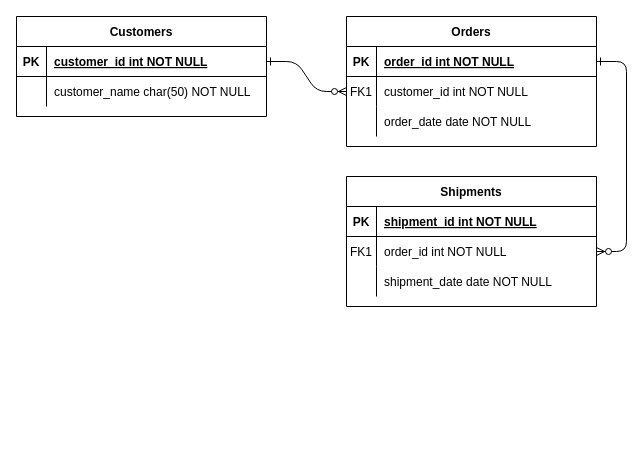
GabrielleHandy/Verbosity keeps this draw.io diagram as Verbosity.drawio. Above is the earlier version. Source tidied: cells renumbered, new cells numbered last; positions are measured from the earlier drawing's top-left corner, leaving out a move shared by most shapes. Both pictures are drawn from the tidied source at 100%, with x=0, y=0 at pixel (16, 16).
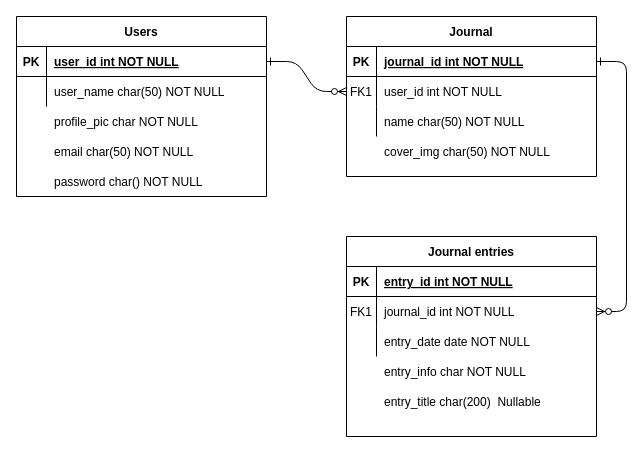
The same page after the edit.

The change refers to these unchanged cells:
```xml
<mxCell id="5" style="shape=partialRectangle;fillColor=none;points=[[0,0.5],[1,0.5]];portConstraint=eastwest;top=0;left=0;right=0;bottom=1;" parent="4" vertex="1">
  <mxGeometry y="30" width="250" height="30" as="geometry" />
</mxCell>
<mxCell id="8" style="shape=partialRectangle;fillColor=none;points=[[0,0.5],[1,0.5]];portConstraint=eastwest;top=0;left=0;right=0;bottom=0;" parent="4" vertex="1">
  <mxGeometry y="60" width="250" height="30" as="geometry" />
</mxCell>
<mxCell id="11" style="shape=partialRectangle;fillColor=none;top=0;left=0;right=0;bottom=0;" parent="4" vertex="1">
  <mxGeometry y="90" width="250" height="30" as="geometry" />
</mxCell>
<mxCell id="15" style="shape=partialRectangle;fillColor=none;top=0;left=0;right=0;bottom=1;" parent="14" vertex="1">
  <mxGeometry y="30" width="250" height="30" as="geometry" />
</mxCell>
<mxCell id="18" style="shape=partialRectangle;fillColor=none;points=[[0,0.5],[1,0.5]];portConstraint=eastwest;top=0;left=0;right=0;bottom=0;" parent="14" vertex="1">
  <mxGeometry y="60" width="250" height="30" as="geometry" />
</mxCell>
<mxCell id="21" style="shape=partialRectangle;fillColor=none;top=0;left=0;right=0;bottom=0;" parent="14" vertex="1">
  <mxGeometry y="90" width="250" height="30" as="geometry" />
</mxCell>
<mxCell id="25" style="shape=partialRectangle;fillColor=none;points=[[0,0.5],[1,0.5]];portConstraint=eastwest;top=0;left=0;right=0;bottom=1;" parent="24" vertex="1">
  <mxGeometry y="30" width="250" height="30" as="geometry" />
</mxCell>
<mxCell id="28" style="shape=partialRectangle;fillColor=none;top=0;left=0;right=0;bottom=0;" parent="24" vertex="1">
  <mxGeometry y="60" width="250" height="30" as="geometry" />
</mxCell>
```

The edit, as a diff of the source:
```diff
@@
-    <mxCell id="4" value="Orders" style="shape=table;startSize=30;childLayout=tableLayout;rowLines=0;fontStyle=1;align=center;" parent="1" vertex="1">
-      <mxGeometry x="330" width="250" height="130" as="geometry" />
+    <mxCell id="4" value="Journal" style="shape=table;startSize=30;childLayout=tableLayout;rowLines=0;fontStyle=1;align=center;" parent="1" vertex="1">
+      <mxGeometry x="330" width="250" height="160" as="geometry" />
     </mxCell>
@@
-    <mxCell id="7" value="order_id int NOT NULL " style="shape=partialRectangle;overflow=hidden;fillColor=none;top=0;left=0;bottom=0;right=0;align=left;spacingLeft=6;fontStyle=5;" parent="5" vertex="1">
+    <mxCell id="7" value="journal_id int NOT NULL " style="shape=partialRectangle;overflow=hidden;fillColor=none;top=0;left=0;bottom=0;right=0;align=left;spacingLeft=6;fontStyle=5;" parent="5" vertex="1">
       <mxGeometry x="30" width="220" height="30" as="geometry" />
     </mxCell>
@@
-    <mxCell id="10" value="customer_id int NOT NULL" style="shape=partialRectangle;overflow=hidden;fillColor=none;top=0;left=0;bottom=0;right=0;align=left;spacingLeft=6;" parent="8" vertex="1">
+    <mxCell id="10" value="user_id int NOT NULL" style="shape=partialRectangle;overflow=hidden;fillColor=none;top=0;left=0;bottom=0;right=0;align=left;spacingLeft=6;" parent="8" vertex="1">
       <mxGeometry x="30" width="220" height="30" as="geometry" />
     </mxCell>
@@
-    <mxCell id="13" value="order_date date NOT NULL" style="shape=partialRectangle;overflow=hidden;fillColor=none;top=0;left=0;bottom=0;right=0;align=left;spacingLeft=6;" parent="11" vertex="1">
+    <mxCell id="13" value="name char(50) NOT NULL" style="shape=partialRectangle;overflow=hidden;fillColor=none;top=0;left=0;bottom=0;right=0;align=left;spacingLeft=6;" parent="11" vertex="1">
       <mxGeometry x="30" width="220" height="30" as="geometry" />
     </mxCell>
-    <mxCell id="14" value="Shipments" style="shape=table;startSize=30;childLayout=tableLayout;rowLines=0;fontStyle=1;align=center;" parent="1" vertex="1">
-      <mxGeometry x="330" y="160" width="250" height="130" as="geometry" />
+    <mxCell id="14" value="Journal entries" style="shape=table;startSize=30;childLayout=tableLayout;rowLines=0;fontStyle=1;align=center;" parent="1" vertex="1">
+      <mxGeometry x="330" y="220" width="250" height="200" as="geometry" />
     </mxCell>
@@
-    <mxCell id="17" value="shipment_id int NOT NULL " style="shape=partialRectangle;overflow=hidden;fillColor=none;top=0;left=0;bottom=0;right=0;align=left;spacingLeft=6;fontStyle=5;" parent="15" vertex="1">
+    <mxCell id="17" value="entry_id int NOT NULL " style="shape=partialRectangle;overflow=hidden;fillColor=none;top=0;left=0;bottom=0;right=0;align=left;spacingLeft=6;fontStyle=5;" parent="15" vertex="1">
       <mxGeometry x="30" width="220" height="30" as="geometry" />
     </mxCell>
@@
-    <mxCell id="20" value="order_id int NOT NULL" style="shape=partialRectangle;overflow=hidden;fillColor=none;top=0;left=0;bottom=0;right=0;align=left;spacingLeft=6;" parent="18" vertex="1">
+    <mxCell id="20" value="journal_id int NOT NULL" style="shape=partialRectangle;overflow=hidden;fillColor=none;top=0;left=0;bottom=0;right=0;align=left;spacingLeft=6;" parent="18" vertex="1">
       <mxGeometry x="30" width="220" height="30" as="geometry" />
     </mxCell>
@@
-    <mxCell id="23" value="shipment_date date NOT NULL" style="shape=partialRectangle;overflow=hidden;fillColor=none;top=0;left=0;bottom=0;right=0;align=left;spacingLeft=6;" parent="21" vertex="1">
+    <mxCell id="23" value="entry_date date NOT NULL" style="shape=partialRectangle;overflow=hidden;fillColor=none;top=0;left=0;bottom=0;right=0;align=left;spacingLeft=6;" parent="21" vertex="1">
       <mxGeometry x="30" width="220" height="30" as="geometry" />
     </mxCell>
-    <mxCell id="24" value="Customers" style="shape=table;startSize=30;childLayout=tableLayout;rowLines=0;fontStyle=1;align=center;" parent="1" vertex="1">
-      <mxGeometry width="250" height="100" as="geometry" />
+    <mxCell id="24" value="Users" style="shape=table;startSize=30;childLayout=tableLayout;rowLines=0;fontStyle=1;align=center;" parent="1" vertex="1">
+      <mxGeometry width="250" height="180" as="geometry" />
     </mxCell>
@@
-    <mxCell id="27" value="customer_id int NOT NULL " style="shape=partialRectangle;overflow=hidden;fillColor=none;top=0;left=0;bottom=0;right=0;align=left;spacingLeft=6;fontStyle=5;" parent="25" vertex="1">
+    <mxCell id="27" value="user_id int NOT NULL " style="shape=partialRectangle;overflow=hidden;fillColor=none;top=0;left=0;bottom=0;right=0;align=left;spacingLeft=6;fontStyle=5;" parent="25" vertex="1">
       <mxGeometry x="30" width="220" height="30" as="geometry" />
     </mxCell>
@@
-    <mxCell id="30" value="customer_name char(50) NOT NULL" style="shape=partialRectangle;overflow=hidden;fillColor=none;top=0;left=0;bottom=0;right=0;align=left;spacingLeft=6;" parent="28" vertex="1">
+    <mxCell id="30" value="user_name char(50) NOT NULL" style="shape=partialRectangle;overflow=hidden;fillColor=none;top=0;left=0;bottom=0;right=0;align=left;spacingLeft=6;" parent="28" vertex="1">
       <mxGeometry x="30" width="220" height="30" as="geometry" />
     </mxCell>
+    <mxCell id="31" value="cover_img char(50) NOT NULL" style="shape=partialRectangle;overflow=hidden;fillColor=none;top=0;left=0;bottom=0;right=0;align=left;spacingLeft=6;" parent="1" vertex="1">
+      <mxGeometry x="360" y="120" width="220" height="30" as="geometry" />
+    </mxCell>
+    <mxCell id="32" value="entry_info char NOT NULL" style="shape=partialRectangle;overflow=hidden;fillColor=none;top=0;left=0;bottom=0;right=0;align=left;spacingLeft=6;" parent="1" vertex="1">
+      <mxGeometry x="360" y="340" width="220" height="30" as="geometry" />
+    </mxCell>
+    <mxCell id="33" value="entry_title char(200)  Nullable" style="shape=partialRectangle;overflow=hidden;fillColor=none;top=0;left=0;bottom=0;right=0;align=left;spacingLeft=6;" parent="1" vertex="1">
+      <mxGeometry x="360" y="370" width="220" height="30" as="geometry" />
+    </mxCell>
+    <mxCell id="34" value="profile_pic char NOT NULL" style="shape=partialRectangle;overflow=hidden;fillColor=none;top=0;left=0;bottom=0;right=0;align=left;spacingLeft=6;" parent="1" vertex="1">
+      <mxGeometry x="30" y="90" width="220" height="30" as="geometry" />
+    </mxCell>
+    <mxCell id="35" style="shape=partialRectangle;overflow=hidden;fillColor=none;top=0;left=0;bottom=0;right=0;align=left;spacingLeft=6;" parent="1" vertex="1">
+      <mxGeometry x="30" y="120" width="220" height="30" as="geometry" />
+    </mxCell>
+    <mxCell id="36" value="email char(50) NOT NULL" style="shape=partialRectangle;overflow=hidden;fillColor=none;top=0;left=0;bottom=0;right=0;align=left;spacingLeft=6;" parent="1" vertex="1">
+      <mxGeometry x="30" y="120" width="220" height="30" as="geometry" />
+    </mxCell>
+    <mxCell id="37" value="password char() NOT NULL" style="shape=partialRectangle;overflow=hidden;fillColor=none;top=0;left=0;bottom=0;right=0;align=left;spacingLeft=6;" parent="1" vertex="1">
+      <mxGeometry x="30" y="150" width="220" height="30" as="geometry" />
+    </mxCell>
```
